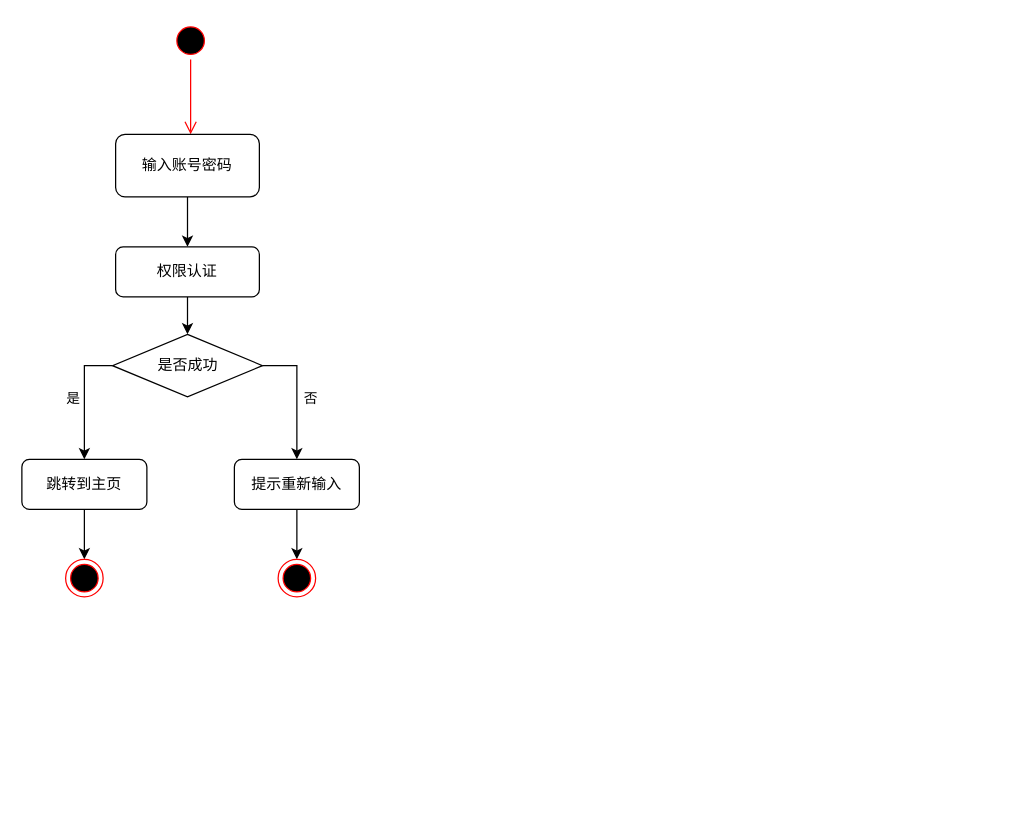
The draw.io diagram 毕业设计CQUPT/活动图.drawio in myjdml/drowio, before the edit. Source tidied: cells renumbered, new cells numbered last; positions are measured from the earlier drawing's top-left corner, leaving out a move shared by most shapes. Both pictures are drawn from the tidied source at 125%, with x=0, y=0 at pixel (21, 21).
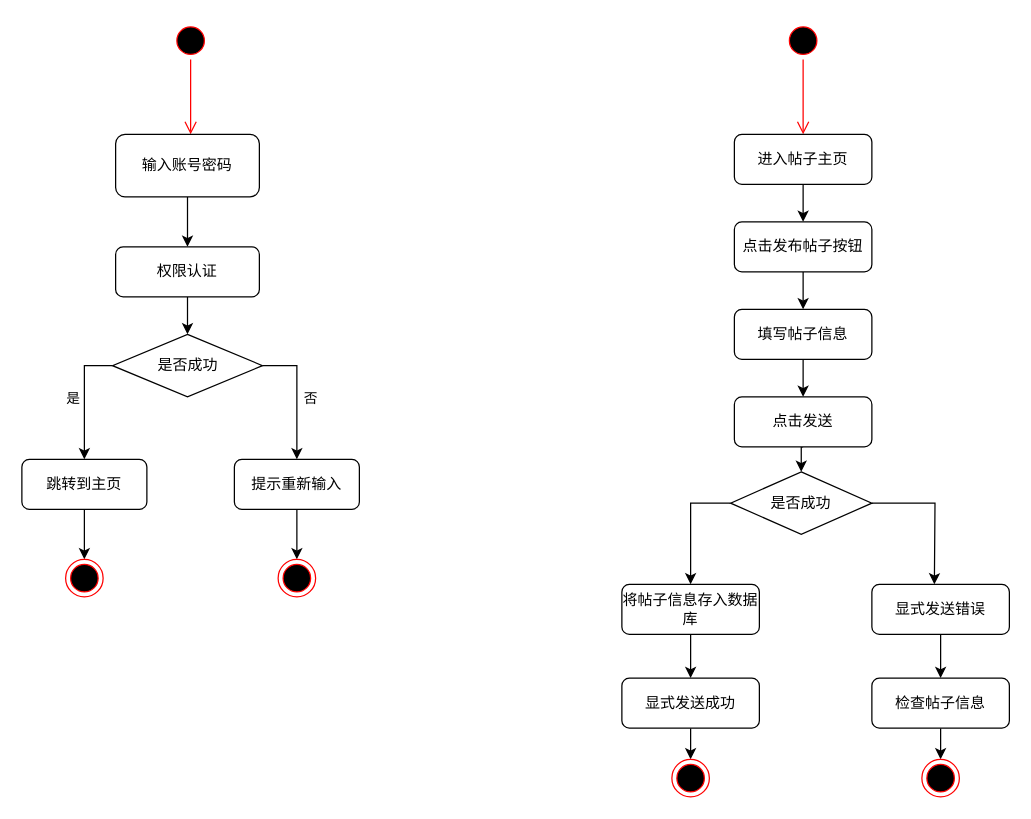
The same diagram, later.

Commit message:
更新活动图.drawio

The edit, as a diff of the source:
```diff
@@
+    <mxCell id="19" style="ellipse;html=1;shape=startState;fillColor=#000000;strokeColor=#ff0000;" parent="1" vertex="1">
+      <mxGeometry x="610" width="30" height="30" as="geometry" />
+    </mxCell>
+    <mxCell id="20" style="edgeStyle=orthogonalEdgeStyle;html=1;verticalAlign=bottom;endArrow=open;endSize=8;strokeColor=#ff0000;rounded=0;" parent="1" edge="1" source="19">
+      <mxGeometry relative="1" as="geometry">
+        <mxPoint x="625" y="90" as="targetPoint" />
+      </mxGeometry>
+    </mxCell>
+    <mxCell id="21" style="edgeStyle=orthogonalEdgeStyle;rounded=0;jettySize=auto;html=1;exitX=0.5;exitY=1;exitDx=0;exitDy=0;entryX=0.5;entryY=0;entryDx=0;entryDy=0;" parent="1" edge="1" source="22" target="24">
+      <mxGeometry relative="1" as="geometry" />
+    </mxCell>
+    <mxCell id="22" value="进入帖子主页" style="rounded=1;whiteSpace=wrap;html=1;" parent="1" vertex="1">
+      <mxGeometry x="570" y="90" width="110" height="40" as="geometry" />
+    </mxCell>
+    <mxCell id="23" style="edgeStyle=orthogonalEdgeStyle;rounded=0;jettySize=auto;html=1;exitX=0.5;exitY=1;exitDx=0;exitDy=0;entryX=0.5;entryY=0;entryDx=0;entryDy=0;" parent="1" edge="1" source="24" target="26">
+      <mxGeometry relative="1" as="geometry" />
+    </mxCell>
+    <mxCell id="24" value="点击发布帖子按钮" style="rounded=1;whiteSpace=wrap;html=1;" parent="1" vertex="1">
+      <mxGeometry x="570" y="160" width="110" height="40" as="geometry" />
+    </mxCell>
+    <mxCell id="25" style="edgeStyle=orthogonalEdgeStyle;rounded=0;jettySize=auto;html=1;exitX=0.5;exitY=1;exitDx=0;exitDy=0;entryX=0.5;entryY=0;entryDx=0;entryDy=0;" parent="1" edge="1" source="26" target="28">
+      <mxGeometry relative="1" as="geometry" />
+    </mxCell>
+    <mxCell id="26" value="填写帖子信息" style="rounded=1;whiteSpace=wrap;html=1;" parent="1" vertex="1">
+      <mxGeometry x="570" y="230" width="110" height="40" as="geometry" />
+    </mxCell>
+    <mxCell id="27" style="edgeStyle=orthogonalEdgeStyle;rounded=0;jettySize=auto;html=1;exitX=0.5;exitY=1;exitDx=0;exitDy=0;entryX=0.5;entryY=0;entryDx=0;entryDy=0;" parent="1" edge="1" source="28" target="31">
+      <mxGeometry relative="1" as="geometry" />
+    </mxCell>
+    <mxCell id="28" value="点击发送" style="rounded=1;whiteSpace=wrap;html=1;" parent="1" vertex="1">
+      <mxGeometry x="570" y="300" width="110" height="40" as="geometry" />
+    </mxCell>
+    <mxCell id="29" style="edgeStyle=orthogonalEdgeStyle;rounded=0;jettySize=auto;html=1;exitX=0;exitY=0.5;exitDx=0;exitDy=0;entryX=0.5;entryY=0;entryDx=0;entryDy=0;" parent="1" edge="1" source="31" target="33">
+      <mxGeometry relative="1" as="geometry" />
+    </mxCell>
+    <mxCell id="30" style="edgeStyle=orthogonalEdgeStyle;rounded=0;jettySize=auto;html=1;" parent="1" edge="1" source="31">
+      <mxGeometry relative="1" as="geometry">
+        <mxPoint x="730" y="450" as="targetPoint" />
+      </mxGeometry>
+    </mxCell>
+    <mxCell id="31" value="是否成功" style="rhombus;whiteSpace=wrap;html=1;" parent="1" vertex="1">
+      <mxGeometry x="567" y="360" width="113" height="50" as="geometry" />
+    </mxCell>
+    <mxCell id="32" style="edgeStyle=orthogonalEdgeStyle;rounded=0;jettySize=auto;html=1;exitX=0.5;exitY=1;exitDx=0;exitDy=0;entryX=0.5;entryY=0;entryDx=0;entryDy=0;" parent="1" edge="1" source="33" target="35">
+      <mxGeometry relative="1" as="geometry" />
+    </mxCell>
+    <mxCell id="33" value="将帖子信息存入数据库" style="rounded=1;whiteSpace=wrap;html=1;" parent="1" vertex="1">
+      <mxGeometry x="480" y="450" width="110" height="40" as="geometry" />
+    </mxCell>
+    <mxCell id="34" style="edgeStyle=orthogonalEdgeStyle;rounded=0;jettySize=auto;html=1;exitX=0.5;exitY=1;exitDx=0;exitDy=0;entryX=0.5;entryY=0;entryDx=0;entryDy=0;" parent="1" edge="1" source="35" target="40">
+      <mxGeometry relative="1" as="geometry" />
+    </mxCell>
+    <mxCell id="35" value="显式发送成功" style="rounded=1;whiteSpace=wrap;html=1;" parent="1" vertex="1">
+      <mxGeometry x="480" y="525" width="110" height="40" as="geometry" />
+    </mxCell>
+    <mxCell id="36" style="edgeStyle=orthogonalEdgeStyle;rounded=0;jettySize=auto;html=1;exitX=0.5;exitY=1;exitDx=0;exitDy=0;entryX=0.5;entryY=0;entryDx=0;entryDy=0;" parent="1" edge="1" source="37" target="39">
+      <mxGeometry relative="1" as="geometry" />
+    </mxCell>
+    <mxCell id="37" value="显式发送错误" style="rounded=1;whiteSpace=wrap;html=1;" parent="1" vertex="1">
+      <mxGeometry x="680" y="450" width="110" height="40" as="geometry" />
+    </mxCell>
+    <mxCell id="38" style="edgeStyle=orthogonalEdgeStyle;rounded=0;jettySize=auto;html=1;exitX=0.5;exitY=1;exitDx=0;exitDy=0;entryX=0.5;entryY=0;entryDx=0;entryDy=0;" parent="1" edge="1" source="39" target="41">
+      <mxGeometry relative="1" as="geometry" />
+    </mxCell>
+    <mxCell id="39" value="检查帖子信息" style="rounded=1;whiteSpace=wrap;html=1;" parent="1" vertex="1">
+      <mxGeometry x="680" y="525" width="110" height="40" as="geometry" />
+    </mxCell>
+    <mxCell id="40" style="ellipse;html=1;shape=endState;fillColor=#000000;strokeColor=#ff0000;" parent="1" vertex="1">
+      <mxGeometry x="520" y="590" width="30" height="30" as="geometry" />
+    </mxCell>
+    <mxCell id="41" style="ellipse;html=1;shape=endState;fillColor=#000000;strokeColor=#ff0000;" parent="1" vertex="1">
+      <mxGeometry x="720" y="590" width="30" height="30" as="geometry" />
+    </mxCell>
```
